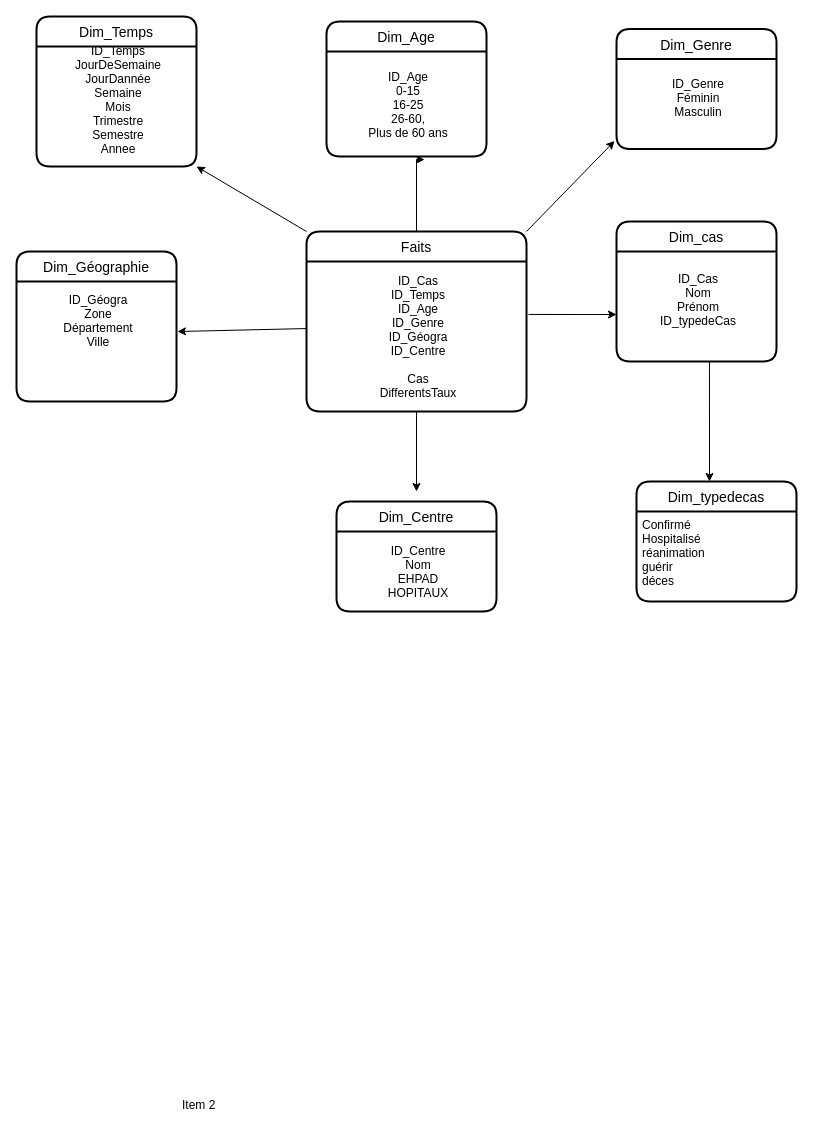
agossouvo/creez_un_dashboard keeps this draw.io diagram as Partie_2/Diagramme sans nom.drawio. Above is the earlier version. Source tidied: cells renumbered, new cells numbered last; positions are measured from the earlier drawing's top-left corner, leaving out a move shared by most shapes. Both pictures are drawn from the tidied source at 100%, with x=0, y=0 at pixel (16, 16).
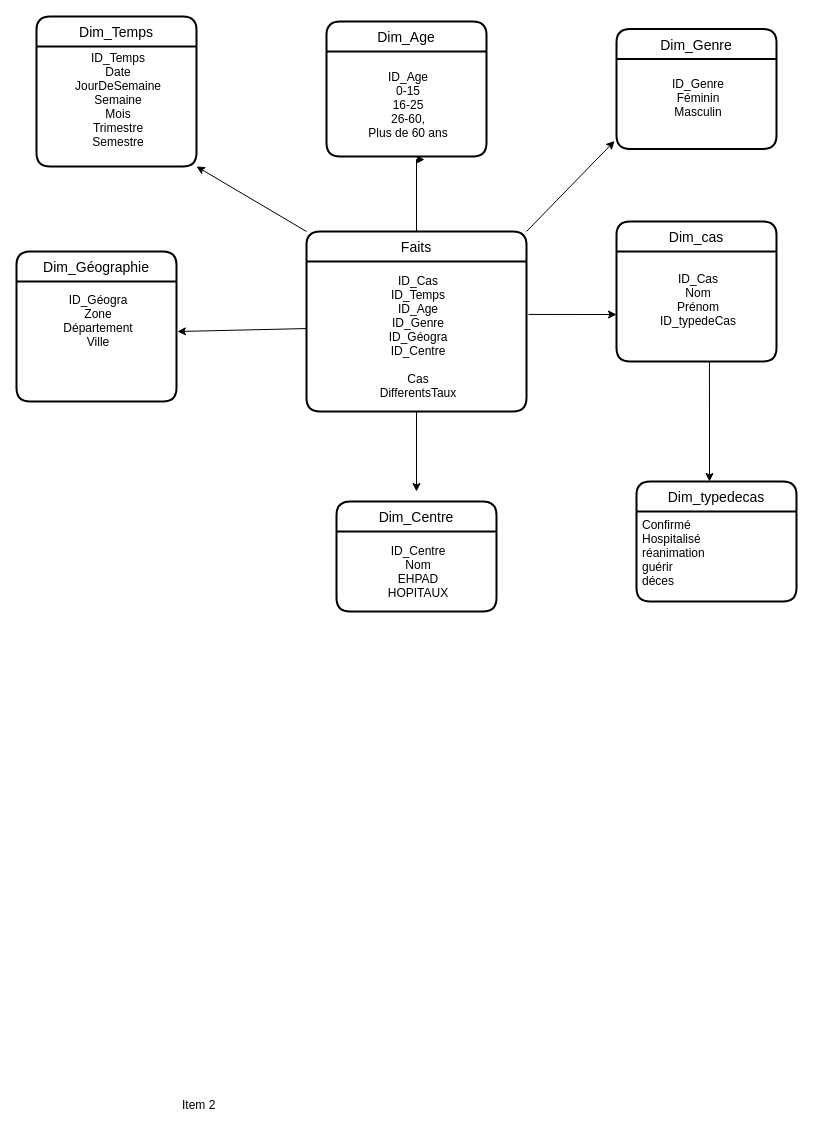
The same diagram, later.

Commit message:
Mettre à jour Diagramme sans nom.drawio

The change refers to these unchanged cells:
```xml
<mxCell id="12" value="Dim_Temps" style="swimlane;horizontal=1;startSize=30;rounded=1;fontSize=14;fontStyle=0;strokeWidth=2;shadow=0;dashed=0;align=center;verticalAlign=middle;" parent="1" vertex="1">
  <mxGeometry x="20" width="160" height="150" as="geometry" />
</mxCell>
```

The edit, as a diff of the source:
```diff
@@
-    <mxCell id="13" value="ID_Temps&#10;JourDeSemaine&#10;JourDannée&#10;Semaine&#10;Mois&#10;Trimestre&#10;Semestre&#10;Annee&#10;" style="align=center;strokeColor=none;fillColor=none;spacingLeft=4;fontSize=12;verticalAlign=middle;" parent="12" vertex="1">
+    <mxCell id="13" value="ID_Temps&#10;Date&#10;JourDeSemaine&#10;Semaine&#10;Mois&#10;Trimestre&#10;Semestre&#10;" style="align=center;strokeColor=none;fillColor=none;spacingLeft=4;fontSize=12;verticalAlign=middle;" parent="12" vertex="1">
       <mxGeometry y="30" width="160" height="120" as="geometry" />
     </mxCell>
```
